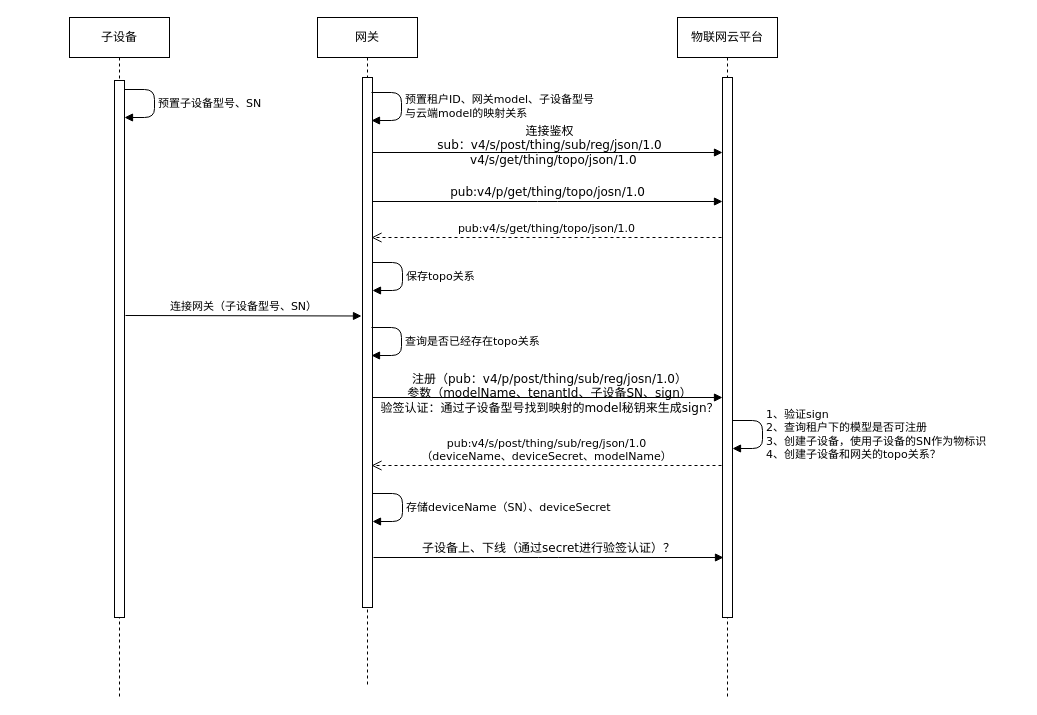
This is root/子设备注册（裸奔）.drawio from yzzh9/yzzh9, a draw.io file, before an edit. Source tidied: cells renumbered, new cells numbered last; positions are measured from the earlier drawing's top-left corner, leaving out a move shared by most shapes. Both pictures are drawn from the tidied source at 100%, with x=0, y=0 at pixel (69, 17).
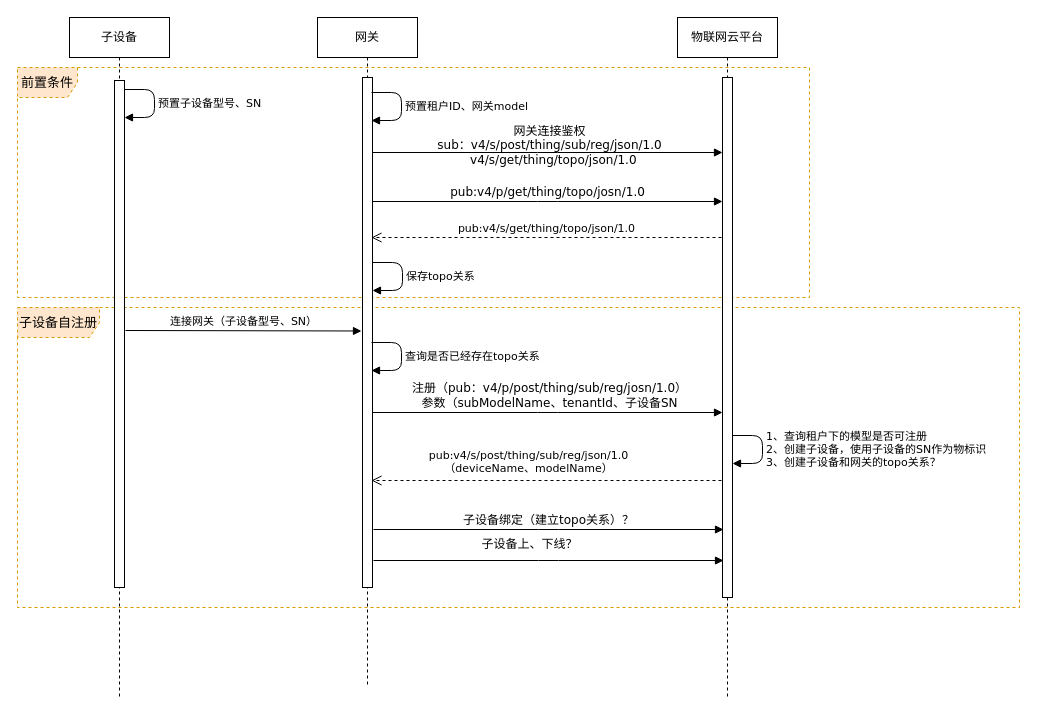
Above is the later version.

Commit message:
Update 子设备注册（裸奔）.drawio

The change refers to these unchanged cells:
```xml
<mxCell id="2" value="网关" style="shape=umlLifeline;perimeter=lifelinePerimeter;whiteSpace=wrap;html=1;shadow=0;comic=0;labelBackgroundColor=none;strokeWidth=1;fontFamily=Verdana;fontSize=12;align=center;" parent="1" vertex="1">
  <mxGeometry x="248" width="100" height="670" as="geometry" />
</mxCell>
<mxCell id="5" value="物联网云平台" style="shape=umlLifeline;perimeter=lifelinePerimeter;whiteSpace=wrap;html=1;shadow=0;comic=0;labelBackgroundColor=none;strokeWidth=1;fontFamily=Verdana;fontSize=12;align=center;" parent="1" vertex="1">
  <mxGeometry x="608" width="100" height="680" as="geometry" />
</mxCell>
<mxCell id="7" value="子设备" style="shape=umlLifeline;perimeter=lifelinePerimeter;whiteSpace=wrap;html=1;shadow=0;comic=0;labelBackgroundColor=none;strokeWidth=1;fontFamily=Verdana;fontSize=12;align=center;" parent="1" vertex="1">
  <mxGeometry width="100" height="680" as="geometry" />
</mxCell>
```

What changed in the source:
```diff
@@
+    <mxCell id="21" value="前置条件" style="shape=umlFrame;whiteSpace=wrap;html=1;fontFamily=Verdana;fontSize=13;dashed=1;fillColor=#ffe6cc;strokeColor=#d79b00;" parent="1" vertex="1">
+      <mxGeometry x="-52" y="50" width="792" height="230" as="geometry" />
+    </mxCell>
+    <mxCell id="22" value="子设备自注册" style="shape=umlFrame;whiteSpace=wrap;html=1;dashed=1;fontFamily=Verdana;fontSize=13;strokeWidth=1;fillColor=#ffe6cc;strokeColor=#d79b00;width=82;height=30;" parent="1" vertex="1">
+      <mxGeometry x="-52" y="290" width="1002" height="300" as="geometry" />
+    </mxCell>
@@
     <mxCell id="3" style="html=1;perimeter=orthogonalPerimeter;shadow=0;comic=0;labelBackgroundColor=none;strokeWidth=1;fontFamily=Verdana;fontSize=12;align=center;" parent="2" vertex="1">
-      <mxGeometry x="45" y="60" width="10" height="530" as="geometry" />
+      <mxGeometry x="45" y="60" width="10" height="510" as="geometry" />
     </mxCell>
-    <mxCell id="4" value="预置租户ID、网关model、子设备型号&lt;br&gt;与云端model的映射关系" style="edgeStyle=orthogonalEdgeStyle;html=1;align=left;spacingLeft=2;endArrow=block;fontFamily=Verdana;" parent="2" edge="1">
+    <mxCell id="4" value="预置租户ID、网关model" style="edgeStyle=orthogonalEdgeStyle;html=1;align=left;spacingLeft=2;endArrow=block;fontFamily=Verdana;" parent="2" edge="1">
       <mxGeometry relative="1" as="geometry">
         <mxPoint x="54" y="75" as="sourcePoint" />
         <mxPoint x="54" y="103" as="targetPoint" />
         <Array as="points">
           <mxPoint x="84" y="75" />
         </Array>
       </mxGeometry>
     </mxCell>
@@
     <mxCell id="6" style="html=1;perimeter=orthogonalPerimeter;shadow=0;comic=0;labelBackgroundColor=none;strokeWidth=1;fontFamily=Verdana;fontSize=12;align=center;" parent="5" vertex="1">
-      <mxGeometry x="45" y="60" width="10" height="540" as="geometry" />
+      <mxGeometry x="45" y="60" width="10" height="520" as="geometry" />
     </mxCell>
@@
     <mxCell id="8" style="html=1;perimeter=orthogonalPerimeter;shadow=0;comic=0;labelBackgroundColor=none;strokeWidth=1;fontFamily=Verdana;fontSize=12;align=center;" parent="7" vertex="1">
-      <mxGeometry x="45" y="63" width="10" height="537" as="geometry" />
+      <mxGeometry x="45" y="63" width="10" height="507" as="geometry" />
     </mxCell>
@@
     <mxCell id="10" value="连接网关（子设备型号、SN）" style="html=1;verticalAlign=bottom;endArrow=block;entryX=-0.1;entryY=0.298;entryDx=0;entryDy=0;entryPerimeter=0;fontFamily=Verdana;" parent="7" edge="1">
       <mxGeometry relative="1" as="geometry">
-        <mxPoint x="56" y="298" as="sourcePoint" />
-        <mxPoint x="292" y="298.5" as="targetPoint" />
+        <mxPoint x="56" y="313" as="sourcePoint" />
+        <mxPoint x="292" y="313.5" as="targetPoint" />
       </mxGeometry>
     </mxCell>
@@
-    <mxCell id="12" value="连接鉴权&lt;br&gt;sub：v4/s/post/thing/sub/reg/json/1.0&lt;br&gt;&amp;nbsp; v4/s/get/thing/topo/json/1.0" style="html=1;verticalAlign=bottom;endArrow=block;entryX=0;entryY=0;labelBackgroundColor=none;fontFamily=Verdana;fontSize=12;edgeStyle=elbowEdgeStyle;elbow=vertical;" parent="1" edge="1">
+    <mxCell id="12" value="网关连接鉴权&lt;br&gt;sub：v4/s/post/thing/sub/reg/json/1.0&lt;br&gt;&amp;nbsp; v4/s/get/thing/topo/json/1.0" style="html=1;verticalAlign=bottom;endArrow=block;entryX=0;entryY=0;labelBackgroundColor=none;fontFamily=Verdana;fontSize=12;edgeStyle=elbowEdgeStyle;elbow=vertical;" parent="1" edge="1">
       <mxGeometry x="0.01" y="-17" relative="1" as="geometry">
         <mxPoint x="303" y="135" as="sourcePoint" />
         <mxPoint x="653" y="135" as="targetPoint" />
       </mxGeometry>
     </mxCell>
@@
     <mxCell id="15" value="查询是否已经存在topo关系" style="edgeStyle=orthogonalEdgeStyle;html=1;align=left;spacingLeft=2;endArrow=block;fontFamily=Verdana;" parent="1" edge="1">
       <mxGeometry relative="1" as="geometry">
-        <mxPoint x="302" y="310" as="sourcePoint" />
-        <mxPoint x="302" y="338" as="targetPoint" />
+        <mxPoint x="302" y="325" as="sourcePoint" />
+        <mxPoint x="302" y="353" as="targetPoint" />
         <Array as="points">
-          <mxPoint x="332" y="310" />
+          <mxPoint x="332" y="325" />
         </Array>
       </mxGeometry>
     </mxCell>
-    <mxCell id="16" value="注册（pub：v4/p/post/thing/sub/reg/josn/1.0）&lt;br&gt;参数（modelName、tenantId、子设备SN、sign）&lt;br&gt;验签认证：通过子设备型号找到映射的model秘钥来生成sign？" style="html=1;verticalAlign=bottom;endArrow=block;entryX=0;entryY=0;labelBackgroundColor=none;fontFamily=Verdana;fontSize=12;edgeStyle=elbowEdgeStyle;elbow=vertical;" parent="1" edge="1">
-      <mxGeometry x="0.01" y="-20" relative="1" as="geometry">
-        <mxPoint x="303" y="380" as="sourcePoint" />
-        <mxPoint x="653" y="380" as="targetPoint" />
+    <mxCell id="16" value="注册（pub：v4/p/post/thing/sub/reg/josn/1.0）&lt;br&gt;参数（subModelName、tenantId、子设备SN" style="html=1;verticalAlign=bottom;endArrow=block;entryX=0;entryY=0;labelBackgroundColor=none;fontFamily=Verdana;fontSize=12;edgeStyle=elbowEdgeStyle;elbow=vertical;" parent="1" edge="1">
+      <mxGeometry x="0.01" relative="1" as="geometry">
+        <mxPoint x="303" y="395" as="sourcePoint" />
+        <mxPoint x="653" y="395" as="targetPoint" />
       </mxGeometry>
     </mxCell>
-    <mxCell id="17" value="1、验证sign&lt;br&gt;2、查询租户下的模型是否可注册&lt;br&gt;3、创建子设备，使用子设备的SN作为物标识&lt;br&gt;4、创建子设备和网关的topo关系？" style="edgeStyle=orthogonalEdgeStyle;html=1;align=left;spacingLeft=2;endArrow=block;fontFamily=Verdana;" parent="1" edge="1">
+    <mxCell id="17" value="1、查询租户下的模型是否可注册&lt;br&gt;2、创建子设备，使用子设备的SN作为物标识&lt;br&gt;3、创建子设备和网关的topo关系？" style="edgeStyle=orthogonalEdgeStyle;html=1;align=left;spacingLeft=2;endArrow=block;fontFamily=Verdana;" parent="1" edge="1">
       <mxGeometry relative="1" as="geometry">
-        <mxPoint x="663" y="403" as="sourcePoint" />
-        <mxPoint x="663" y="431" as="targetPoint" />
+        <mxPoint x="663" y="418" as="sourcePoint" />
+        <mxPoint x="663" y="446" as="targetPoint" />
         <Array as="points">
-          <mxPoint x="693" y="403" />
+          <mxPoint x="693" y="418" />
         </Array>
       </mxGeometry>
     </mxCell>
-    <mxCell id="18" value="pub:v4/s/post/thing/sub/reg/json/1.0&lt;br&gt;（deviceName、deviceSecret、modelName）" style="html=1;verticalAlign=bottom;endArrow=open;dashed=1;endSize=8;fontFamily=Verdana;" parent="1" edge="1">
-      <mxGeometry relative="1" as="geometry">
-        <mxPoint x="652" y="448" as="sourcePoint" />
-        <mxPoint x="302" y="448" as="targetPoint" />
+    <mxCell id="18" value="pub:v4/s/post/thing/sub/reg/json/1.0&lt;br&gt;（deviceName、modelName）" style="html=1;verticalAlign=bottom;endArrow=open;dashed=1;endSize=8;fontFamily=Verdana;" parent="1" edge="1">
+      <mxGeometry x="0.1" y="-3" relative="1" as="geometry">
+        <mxPoint x="652" y="463" as="sourcePoint" />
+        <mxPoint x="302" y="463" as="targetPoint" />
       </mxGeometry>
     </mxCell>
-    <mxCell id="19" value="存储deviceName（SN）、deviceSecret" style="edgeStyle=orthogonalEdgeStyle;html=1;align=left;spacingLeft=2;endArrow=block;fontFamily=Verdana;" parent="1" edge="1">
-      <mxGeometry relative="1" as="geometry">
-        <mxPoint x="303" y="476" as="sourcePoint" />
-        <mxPoint x="303" y="504" as="targetPoint" />
-        <Array as="points">
-          <mxPoint x="333" y="476" />
-        </Array>
-      </mxGeometry>
-    </mxCell>
-    <mxCell id="20" value="子设备上、下线（通过secret进行验签认证）？" style="html=1;verticalAlign=bottom;endArrow=block;entryX=0;entryY=0;labelBackgroundColor=none;fontFamily=Verdana;fontSize=12;edgeStyle=elbowEdgeStyle;elbow=vertical;" parent="1" edge="1">
-      <mxGeometry relative="1" as="geometry">
-        <mxPoint x="304" y="540" as="sourcePoint" />
-        <mxPoint x="654" y="540" as="targetPoint" />
+    <mxCell id="20" value="子设备上、下线？" style="html=1;verticalAlign=bottom;endArrow=block;entryX=0;entryY=0;labelBackgroundColor=none;fontFamily=Verdana;fontSize=12;edgeStyle=elbowEdgeStyle;elbow=vertical;" parent="1" edge="1">
+      <mxGeometry x="-0.11" y="7" relative="1" as="geometry">
+        <mxPoint x="304" y="543" as="sourcePoint" />
+        <mxPoint x="654" y="543" as="targetPoint" />
       </mxGeometry>
     </mxCell>
+    <mxCell id="23" value="子设备绑定（建立topo关系）？" style="html=1;verticalAlign=bottom;endArrow=block;entryX=0;entryY=0;labelBackgroundColor=none;fontFamily=Verdana;fontSize=12;edgeStyle=elbowEdgeStyle;elbow=vertical;" parent="1" edge="1">
+      <mxGeometry relative="1" as="geometry">
+        <mxPoint x="304" y="512" as="sourcePoint" />
+        <mxPoint x="654" y="512" as="targetPoint" />
+      </mxGeometry>
+    </mxCell>
```
